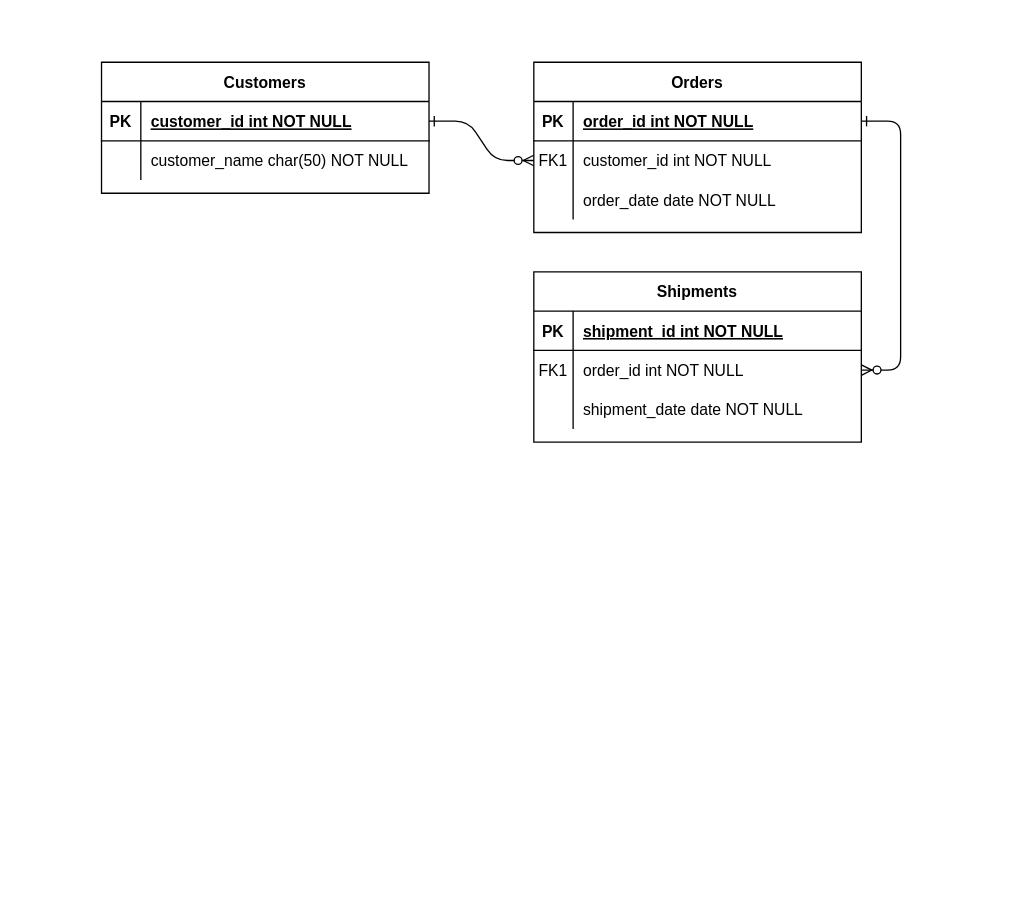
Before: car_service.drawio in MihaiPop123/sdaCourse, a draw.io diagram. Source tidied: cells renumbered, new cells numbered last; positions are measured from the earlier drawing's top-left corner, leaving out a move shared by most shapes. Both pictures are drawn from the tidied source at 131%, with x=0, y=0 at pixel (101, 62).
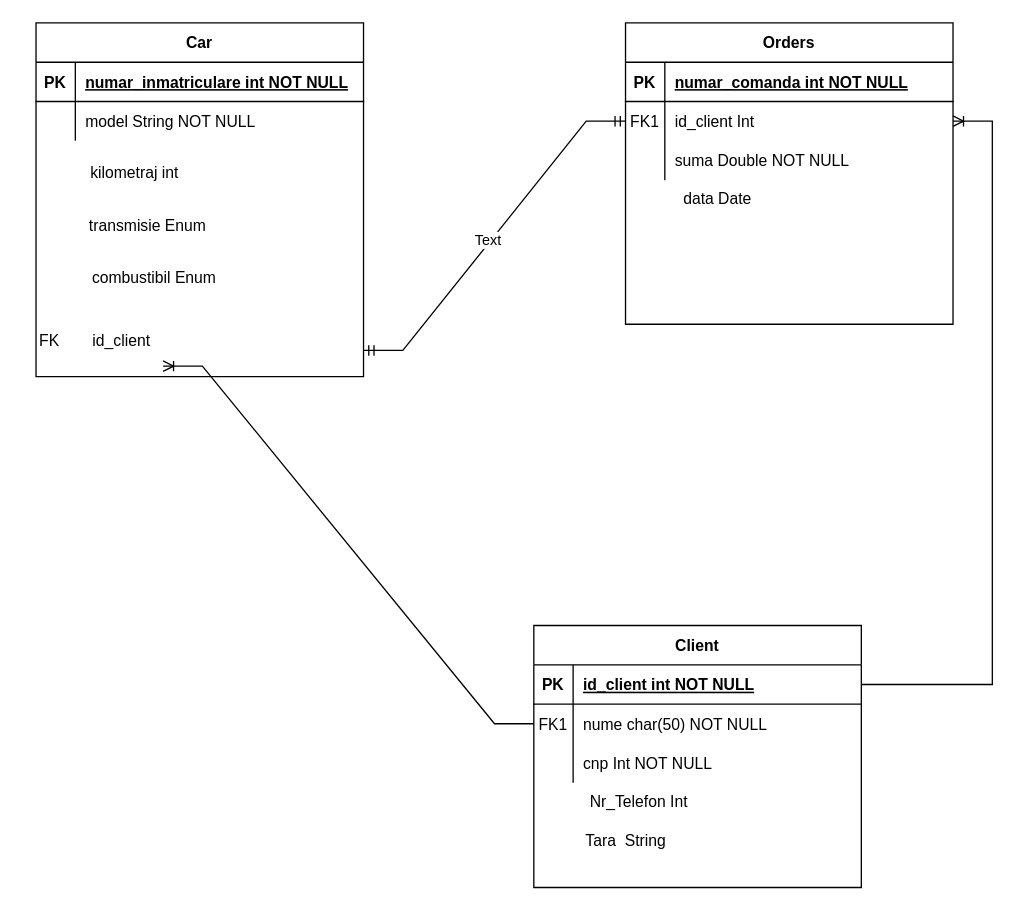
After the change.

Unchanged cells that the change refers to:
```xml
<mxCell id="5" style="shape=partialRectangle;fillColor=none;points=[[0,0.5],[1,0.5]];portConstraint=eastwest;top=0;left=0;right=0;bottom=1;" parent="4" vertex="1">
  <mxGeometry y="30" width="250" height="30" as="geometry" />
</mxCell>
<mxCell id="8" style="shape=partialRectangle;fillColor=none;points=[[0,0.5],[1,0.5]];portConstraint=eastwest;top=0;left=0;right=0;bottom=0;" parent="4" vertex="1">
  <mxGeometry y="60" width="250" height="30" as="geometry" />
</mxCell>
<mxCell id="11" style="shape=partialRectangle;fillColor=none;top=0;left=0;right=0;bottom=0;" parent="4" vertex="1">
  <mxGeometry y="90" width="250" height="30" as="geometry" />
</mxCell>
<mxCell id="15" style="shape=partialRectangle;fillColor=none;points=[[0,0.5],[1,0.5]];portConstraint=eastwest;top=0;left=0;right=0;bottom=1;" parent="14" vertex="1">
  <mxGeometry y="30" width="250" height="30" as="geometry" />
</mxCell>
<mxCell id="18" style="shape=partialRectangle;fillColor=none;points=[[0,0.5],[1,0.5]];portConstraint=eastwest;top=0;left=0;right=0;bottom=0;" parent="14" vertex="1">
  <mxGeometry y="60" width="250" height="30" as="geometry" />
</mxCell>
<mxCell id="21" style="shape=partialRectangle;fillColor=none;top=0;left=0;right=0;bottom=0;" parent="14" vertex="1">
  <mxGeometry y="90" width="250" height="30" as="geometry" />
</mxCell>
<mxCell id="25" style="shape=partialRectangle;fillColor=none;points=[[0,0.5],[1,0.5]];portConstraint=eastwest;top=0;left=0;right=0;bottom=1;" parent="24" vertex="1">
  <mxGeometry y="30" width="250" height="30" as="geometry" />
</mxCell>
<mxCell id="28" style="shape=partialRectangle;fillColor=none;top=0;left=0;right=0;bottom=0;" parent="24" vertex="1">
  <mxGeometry y="60" width="250" height="30" as="geometry" />
</mxCell>
```

Change to the diagram source:
```diff
@@
-    <mxCell id="2" style="edgeStyle=entityRelationEdgeStyle;endArrow=ERzeroToMany;startArrow=ERone;endFill=1;startFill=0;" parent="1" edge="1" source="25" target="8">
-      <mxGeometry relative="1" as="geometry" />
-    </mxCell>
-    <mxCell id="3" style="edgeStyle=entityRelationEdgeStyle;endArrow=ERzeroToMany;startArrow=ERone;endFill=1;startFill=0;" parent="1" edge="1" source="5" target="18">
-      <mxGeometry relative="1" as="geometry" />
-    </mxCell>
     <mxCell id="4" value="Orders" style="shape=table;startSize=30;childLayout=tableLayout;rowLines=0;fontStyle=1;align=center;" parent="1" vertex="1">
-      <mxGeometry x="330" width="250" height="130" as="geometry" />
+      <mxGeometry x="400" y="-30" width="250" height="230" as="geometry" />
     </mxCell>
@@
-    <mxCell id="7" value="order_id int NOT NULL " style="shape=partialRectangle;overflow=hidden;fillColor=none;top=0;left=0;bottom=0;right=0;align=left;spacingLeft=6;fontStyle=5;" parent="5" vertex="1">
+    <mxCell id="7" value="numar_comanda int NOT NULL " style="shape=partialRectangle;overflow=hidden;fillColor=none;top=0;left=0;bottom=0;right=0;align=left;spacingLeft=6;fontStyle=5;" parent="5" vertex="1">
       <mxGeometry x="30" width="220" height="30" as="geometry" />
     </mxCell>
@@
-    <mxCell id="10" value="customer_id int NOT NULL" style="shape=partialRectangle;overflow=hidden;fillColor=none;top=0;left=0;bottom=0;right=0;align=left;spacingLeft=6;" parent="8" vertex="1">
+    <mxCell id="10" value="id_client Int " style="shape=partialRectangle;overflow=hidden;fillColor=none;top=0;left=0;bottom=0;right=0;align=left;spacingLeft=6;" parent="8" vertex="1">
       <mxGeometry x="30" width="220" height="30" as="geometry" />
     </mxCell>
@@
-    <mxCell id="13" value="order_date date NOT NULL" style="shape=partialRectangle;overflow=hidden;fillColor=none;top=0;left=0;bottom=0;right=0;align=left;spacingLeft=6;" parent="11" vertex="1">
+    <mxCell id="13" value="suma Double NOT NULL" style="shape=partialRectangle;overflow=hidden;fillColor=none;top=0;left=0;bottom=0;right=0;align=left;spacingLeft=6;" parent="11" vertex="1">
       <mxGeometry x="30" width="220" height="30" as="geometry" />
     </mxCell>
-    <mxCell id="14" value="Shipments" style="shape=table;startSize=30;childLayout=tableLayout;rowLines=0;fontStyle=1;align=center;" parent="1" vertex="1">
-      <mxGeometry x="330" y="160" width="250" height="130" as="geometry" />
+    <mxCell id="14" value="Client" style="shape=table;startSize=30;childLayout=tableLayout;rowLines=0;fontStyle=1;align=center;" parent="1" vertex="1">
+      <mxGeometry x="330" y="430" width="250" height="200" as="geometry" />
     </mxCell>
@@
-    <mxCell id="17" value="shipment_id int NOT NULL " style="shape=partialRectangle;overflow=hidden;fillColor=none;top=0;left=0;bottom=0;right=0;align=left;spacingLeft=6;fontStyle=5;" parent="15" vertex="1">
+    <mxCell id="17" value="id_client int NOT NULL " style="shape=partialRectangle;overflow=hidden;fillColor=none;top=0;left=0;bottom=0;right=0;align=left;spacingLeft=6;fontStyle=5;" parent="15" vertex="1">
       <mxGeometry x="30" width="220" height="30" as="geometry" />
     </mxCell>
@@
-    <mxCell id="20" value="order_id int NOT NULL" style="shape=partialRectangle;overflow=hidden;fillColor=none;top=0;left=0;bottom=0;right=0;align=left;spacingLeft=6;" parent="18" vertex="1">
+    <mxCell id="20" value="nume char(50) NOT NULL" style="shape=partialRectangle;overflow=hidden;fillColor=none;top=0;left=0;bottom=0;right=0;align=left;spacingLeft=6;" parent="18" vertex="1">
       <mxGeometry x="30" width="220" height="30" as="geometry" />
     </mxCell>
@@
-    <mxCell id="23" value="shipment_date date NOT NULL" style="shape=partialRectangle;overflow=hidden;fillColor=none;top=0;left=0;bottom=0;right=0;align=left;spacingLeft=6;" parent="21" vertex="1">
+    <mxCell id="23" value="cnp Int NOT NULL" style="shape=partialRectangle;overflow=hidden;fillColor=none;top=0;left=0;bottom=0;right=0;align=left;spacingLeft=6;" parent="21" vertex="1">
       <mxGeometry x="30" width="220" height="30" as="geometry" />
     </mxCell>
-    <mxCell id="24" value="Customers" style="shape=table;startSize=30;childLayout=tableLayout;rowLines=0;fontStyle=1;align=center;" parent="1" vertex="1">
-      <mxGeometry width="250" height="100" as="geometry" />
+    <mxCell id="24" value="Car" style="shape=table;startSize=30;childLayout=tableLayout;rowLines=0;fontStyle=1;align=center;" parent="1" vertex="1">
+      <mxGeometry x="-50" y="-30" width="250" height="270" as="geometry" />
     </mxCell>
@@
-    <mxCell id="27" value="customer_id int NOT NULL " style="shape=partialRectangle;overflow=hidden;fillColor=none;top=0;left=0;bottom=0;right=0;align=left;spacingLeft=6;fontStyle=5;" parent="25" vertex="1">
+    <mxCell id="27" value="numar_inmatriculare int NOT NULL " style="shape=partialRectangle;overflow=hidden;fillColor=none;top=0;left=0;bottom=0;right=0;align=left;spacingLeft=6;fontStyle=5;" parent="25" vertex="1">
       <mxGeometry x="30" width="220" height="30" as="geometry" />
     </mxCell>
@@
-    <mxCell id="30" value="customer_name char(50) NOT NULL" style="shape=partialRectangle;overflow=hidden;fillColor=none;top=0;left=0;bottom=0;right=0;align=left;spacingLeft=6;" parent="28" vertex="1">
+    <mxCell id="30" value="model String NOT NULL" style="shape=partialRectangle;overflow=hidden;fillColor=none;top=0;left=0;bottom=0;right=0;align=left;spacingLeft=6;" parent="28" vertex="1">
       <mxGeometry x="30" width="220" height="30" as="geometry" />
     </mxCell>
+    <mxCell id="31" value="kilometraj int" style="text;html=1;align=center;verticalAlign=middle;strokeColor=none;fillColor=none;" parent="1" vertex="1">
+      <mxGeometry x="-20" y="70" width="90" height="30" as="geometry" />
+    </mxCell>
+    <mxCell id="32" value="transmisie Enum" style="text;html=1;align=center;verticalAlign=middle;strokeColor=none;fillColor=none;" parent="1" vertex="1">
+      <mxGeometry x="-20" y="110" width="110" height="30" as="geometry" />
+    </mxCell>
+    <mxCell id="33" value="combustibil Enum" style="text;html=1;align=center;verticalAlign=middle;strokeColor=none;fillColor=none;" parent="1" vertex="1">
+      <mxGeometry x="-20" y="150" width="120" height="30" as="geometry" />
+    </mxCell>
+    <mxCell id="34" value="data Date" style="text;html=1;align=center;verticalAlign=middle;strokeColor=none;fillColor=none;" parent="1" vertex="1">
+      <mxGeometry x="430" y="90" width="80" height="30" as="geometry" />
+    </mxCell>
+    <mxCell id="35" value="Nr_Telefon Int" style="text;html=1;align=center;verticalAlign=middle;strokeColor=none;fillColor=none;" parent="1" vertex="1">
+      <mxGeometry x="360" y="550" width="100" height="30" as="geometry" />
+    </mxCell>
+    <mxCell id="36" value="Tara&amp;nbsp; String" style="text;html=1;align=center;verticalAlign=middle;strokeColor=none;fillColor=none;" parent="1" vertex="1">
+      <mxGeometry x="360" y="580" width="80" height="30" as="geometry" />
+    </mxCell>
+    <mxCell id="37" value="FK" style="text;html=1;align=center;verticalAlign=middle;strokeColor=none;fillColor=none;" parent="1" vertex="1">
+      <mxGeometry x="-60" y="198" width="40" height="30" as="geometry" />
+    </mxCell>
+    <mxCell id="38" value="id_client" style="text;html=1;align=center;verticalAlign=middle;points=[];strokeColor=none;fillColor=none;" parent="1" vertex="1">
+      <mxGeometry x="-20" y="198" width="70" height="30" as="geometry" />
+    </mxCell>
+    <mxCell id="39" style="edgeStyle=entityRelationEdgeStyle;fontSize=12;html=1;endArrow=ERoneToMany;rounded=0;exitX=1;exitY=0.5;exitDx=0;exitDy=0;" parent="1" edge="1" source="15" target="8">
+      <mxGeometry relative="1" as="geometry" />
+    </mxCell>
+    <mxCell id="40" style="edgeStyle=entityRelationEdgeStyle;fontSize=12;html=1;endArrow=ERmandOne;startArrow=ERmandOne;rounded=0;entryX=0;entryY=0.5;entryDx=0;entryDy=0;" parent="1" edge="1" target="8">
+      <mxGeometry relative="1" as="geometry">
+        <mxPoint x="200" y="220" as="sourcePoint" />
+      </mxGeometry>
+    </mxCell>
+    <mxCell id="41" value="Text" style="edgeLabel;html=1;align=center;verticalAlign=middle;" parent="40" vertex="1">
+      <mxGeometry x="-0.04" y="2" relative="1" as="geometry" />
+    </mxCell>
+    <mxCell id="42" style="edgeStyle=entityRelationEdgeStyle;fontSize=12;html=1;endArrow=ERoneToMany;rounded=0;entryX=0.957;entryY=1.133;entryDx=0;entryDy=0;entryPerimeter=0;exitX=0;exitY=0.5;exitDx=0;exitDy=0;" parent="1" edge="1" source="18" target="38">
+      <mxGeometry relative="1" as="geometry" />
+    </mxCell>
```
